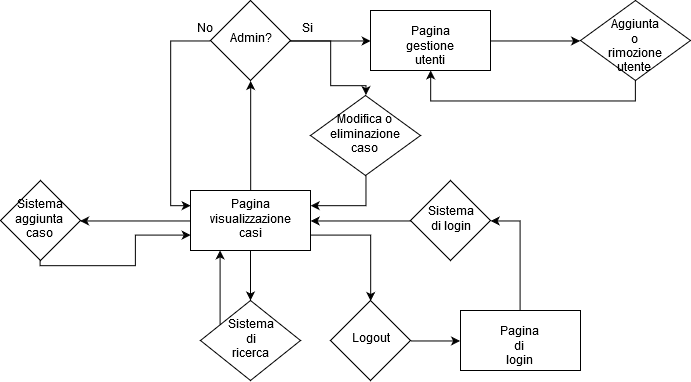
Earlier version of the draw.io export Doc/img/diagrams/struttura.png (bryanbeffa/Knowledge-Base). Source tidied: cells renumbered, new cells last; positions are measured from the earlier drawing's top-left corner, leaving out a move shared by most shapes.
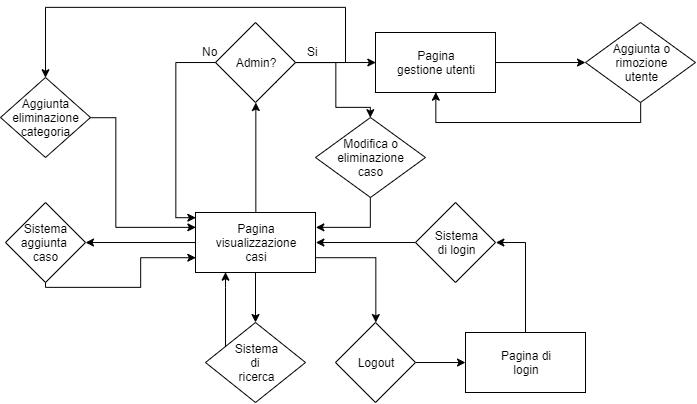
The same diagram one commit later.

Commit message:
updated structural diagram

Diff of the diagram source:
```diff
@@ -40,11 +40,13 @@
     <mxCell id="12" value="&lt;div&gt;Sistema&lt;/div&gt;&lt;div&gt;di &lt;br&gt;&lt;/div&gt;&lt;div&gt;ricerca&lt;br&gt;&lt;/div&gt;" style="rhombus;whiteSpace=wrap;html=1;" parent="1" vertex="1">
       <mxGeometry x="200" y="300" width="100" height="80" as="geometry" />
     </mxCell>
-    <mxCell id="13" style="edgeStyle=orthogonalEdgeStyle;rounded=0;jettySize=auto;html=1;entryX=0;entryY=0.25;entryDx=0;entryDy=0;exitX=0;exitY=0.5;exitDx=0;exitDy=0;" parent="1" edge="1" source="16" target="10">
+    <mxCell id="13" style="edgeStyle=orthogonalEdgeStyle;rounded=0;jettySize=auto;html=1;exitX=0;exitY=0.5;exitDx=0;exitDy=0;" parent="1" edge="1" source="16">
       <mxGeometry relative="1" as="geometry">
+        <mxPoint x="190" y="195" as="targetPoint" />
         <Array as="points">
           <mxPoint x="170" y="40" />
-          <mxPoint x="170" y="205" />
+          <mxPoint x="170" y="195" />
+          <mxPoint x="190" y="195" />
         </Array>
       </mxGeometry>
     </mxCell>
@@ -61,6 +63,15 @@
         </Array>
       </mxGeometry>
     </mxCell>
+    <mxCell id="29" style="edgeStyle=orthogonalEdgeStyle;rounded=0;jettySize=auto;html=1;exitX=1;exitY=0.5;exitDx=0;exitDy=0;entryX=0.5;entryY=0;entryDx=0;entryDy=0;" parent="1" edge="1" source="16" target="31">
+      <mxGeometry relative="1" as="geometry">
+        <Array as="points">
+          <mxPoint x="340" y="40" />
+          <mxPoint x="340" y="-15" />
+          <mxPoint x="40" y="-15" />
+        </Array>
+      </mxGeometry>
+    </mxCell>
     <mxCell id="16" value="Admin?" style="rhombus;whiteSpace=wrap;html=1;" parent="1" vertex="1">
       <mxGeometry x="210" width="80" height="80" as="geometry" />
     </mxCell>
@@ -106,5 +117,16 @@
     <mxCell id="28" value="&lt;div&gt;Modifica o eliminazione&lt;/div&gt;&lt;div&gt;caso&lt;br&gt;&lt;/div&gt;" style="rhombus;whiteSpace=wrap;html=1;" parent="1" vertex="1">
       <mxGeometry x="310" y="95" width="110" height="80" as="geometry" />
     </mxCell>
+    <mxCell id="30" style="edgeStyle=orthogonalEdgeStyle;rounded=0;jettySize=auto;html=1;entryX=0;entryY=0.25;entryDx=0;entryDy=0;" parent="1" edge="1" source="31" target="10">
+      <mxGeometry relative="1" as="geometry">
+        <Array as="points">
+          <mxPoint x="110" y="95" />
+          <mxPoint x="110" y="205" />
+        </Array>
+      </mxGeometry>
+    </mxCell>
+    <mxCell id="31" value="Aggiunta eliminazione&lt;br&gt;categoria" style="rhombus;whiteSpace=wrap;html=1;" parent="1" vertex="1">
+      <mxGeometry x="-5" y="55" width="90" height="80" as="geometry" />
+    </mxCell>
   </root>
 </mxGraphModel>
```
